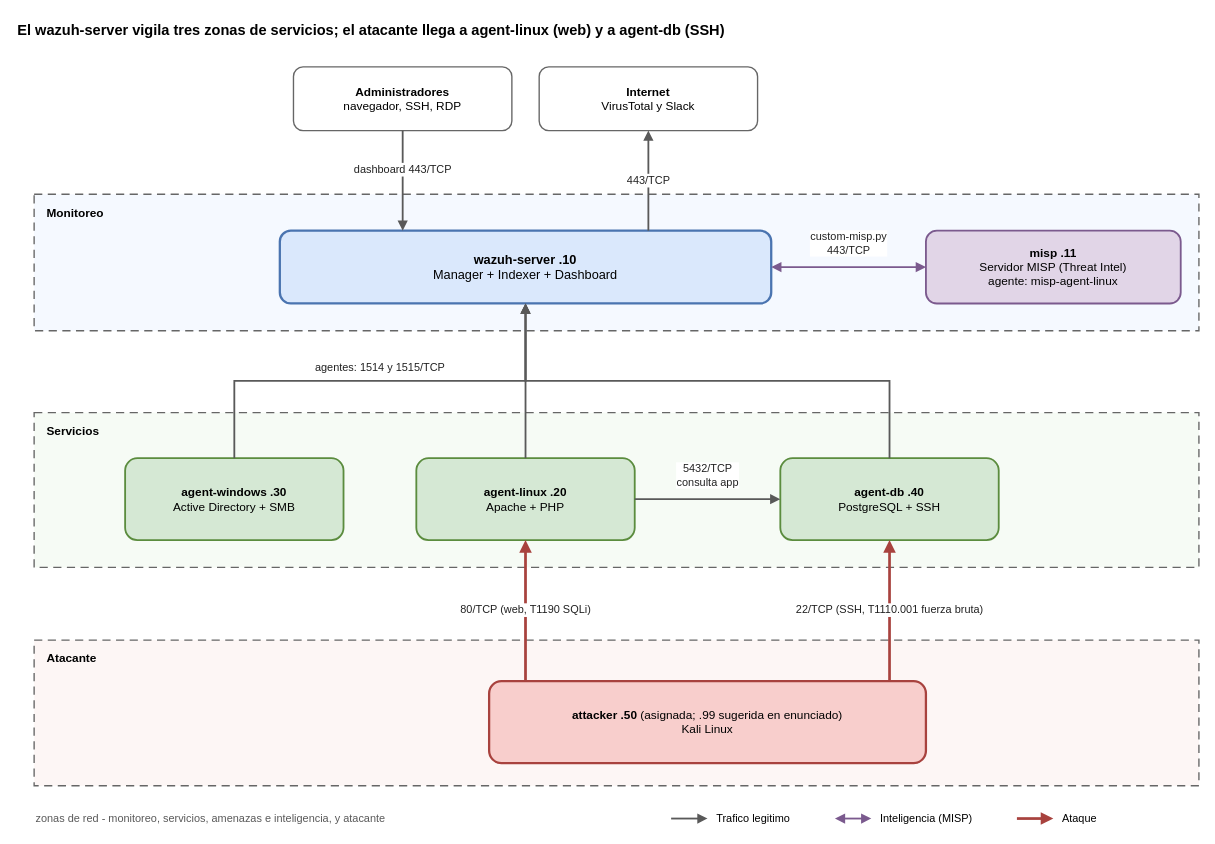
Earlier version of the draw.io diagram diagramas/02_zonas_servicio.drawio (KendallSN/Proyecto-Final-Seguridad_Informatica). Source tidied: cells renumbered, new cells numbered last; positions are measured from the earlier drawing's top-left corner, leaving out a move shared by most shapes. Both pictures are drawn from the tidied source at 91%, with x=0, y=0 at pixel (15, 15).
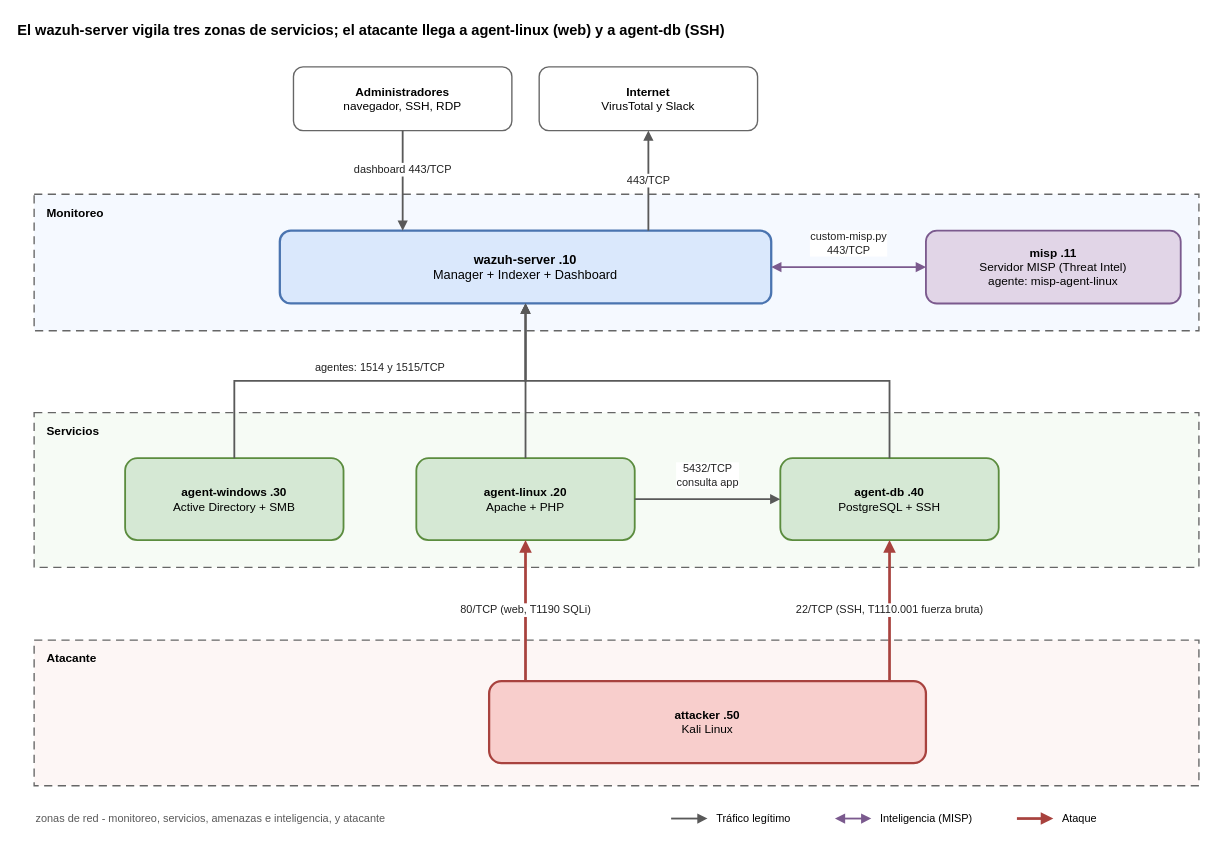
The same diagram, later.

Commit message (it also covers changes not shown here):
chore: usar diagramas definitivos y eliminar duplicados

The edit, as a diff of the source:
```diff
@@
-    <mxCell id="13" value="&lt;b&gt;attacker .50&lt;/b&gt; (asignada; .99 sugerida en enunciado)&lt;br&gt;Kali Linux" style="rounded=1;whiteSpace=wrap;html=1;fillColor=#f8cecc;strokeColor=#A8423E;strokeWidth=2.5;fontSize=13;" parent="1" vertex="1">
+    <mxCell id="13" value="&lt;b&gt;attacker .50&lt;/b&gt;&lt;br&gt;Kali Linux" style="rounded=1;whiteSpace=wrap;html=1;fillColor=#f8cecc;strokeColor=#A8423E;strokeWidth=2.5;fontSize=13;" parent="1" vertex="1">
       <mxGeometry x="520" y="731" width="480" height="90" as="geometry" />
     </mxCell>
@@
-    <mxCell id="24" value="Trafico legitimo" style="text;html=1;align=left;verticalAlign=middle;fontSize=12;" parent="1" vertex="1">
+    <mxCell id="24" value="Tráfico legítimo" style="text;html=1;align=left;verticalAlign=middle;fontSize=12;" parent="1" vertex="1">
       <mxGeometry x="768" y="870" width="110" height="24" as="geometry" />
     </mxCell>
```
